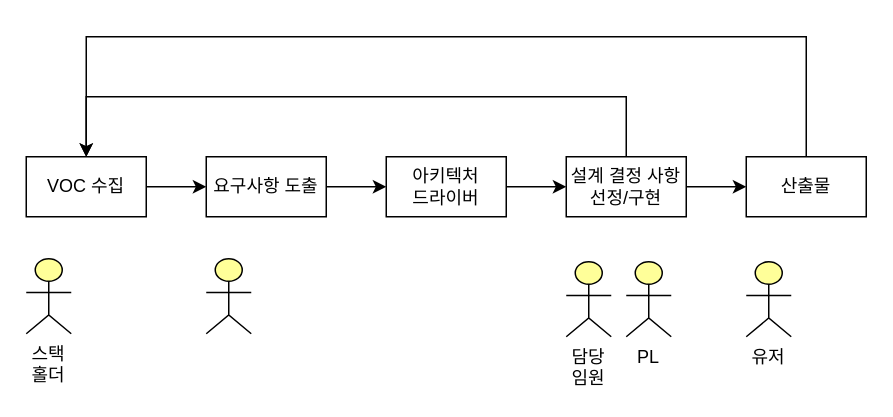
Earlier version of the draw.io diagram page "Page-1" (1 of 3) of DFM.drawio.xml (with2say/swarchitect). Source tidied: cells renumbered, new cells numbered last; positions are measured from the earlier drawing's top-left corner, leaving out a move shared by most shapes. Both pictures are drawn from the tidied source at 150%, with x=0, y=0 at pixel (26, 36).
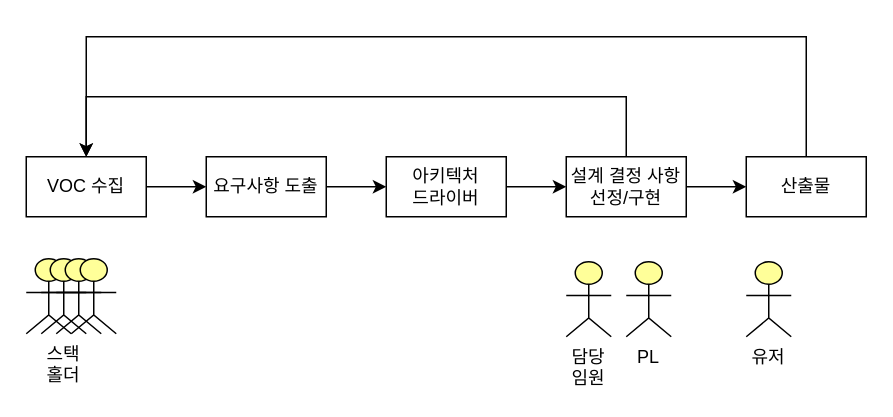
The same page after the edit.

The edit, as a diff of the source:
```diff
@@
-    <mxCell id="4" value="스택홀더" style="html=1;whiteSpace=wrap;fillColor=#ffff99;verticalLabelPosition=bottom;verticalAlign=top;align=center;shape=mxgraph.archimate3.actor;" parent="1" vertex="1">
+    <mxCell id="4" style="html=1;whiteSpace=wrap;fillColor=#ffff99;verticalLabelPosition=bottom;verticalAlign=top;align=center;shape=mxgraph.archimate3.actor;" parent="1" vertex="1">
       <mxGeometry y="148" width="30" height="50" as="geometry" />
     </mxCell>
@@
-    <mxCell id="14" style="html=1;whiteSpace=wrap;fillColor=#ffff99;verticalLabelPosition=bottom;verticalAlign=top;align=center;shape=mxgraph.archimate3.actor;" parent="1" vertex="1">
-      <mxGeometry x="120" y="148" width="30" height="50" as="geometry" />
-    </mxCell>
@@
+    <mxCell id="18" value="스택홀더" style="html=1;whiteSpace=wrap;fillColor=#ffff99;verticalLabelPosition=bottom;verticalAlign=top;align=center;shape=mxgraph.archimate3.actor;" parent="1" vertex="1">
+      <mxGeometry x="10" y="148" width="30" height="50" as="geometry" />
+    </mxCell>
+    <mxCell id="19" style="html=1;whiteSpace=wrap;fillColor=#ffff99;verticalLabelPosition=bottom;verticalAlign=top;align=center;shape=mxgraph.archimate3.actor;" parent="1" vertex="1">
+      <mxGeometry x="20" y="148" width="30" height="50" as="geometry" />
+    </mxCell>
+    <mxCell id="20" style="html=1;whiteSpace=wrap;fillColor=#ffff99;verticalLabelPosition=bottom;verticalAlign=top;align=center;shape=mxgraph.archimate3.actor;" parent="1" vertex="1">
+      <mxGeometry x="30" y="148" width="30" height="50" as="geometry" />
+    </mxCell>
```
